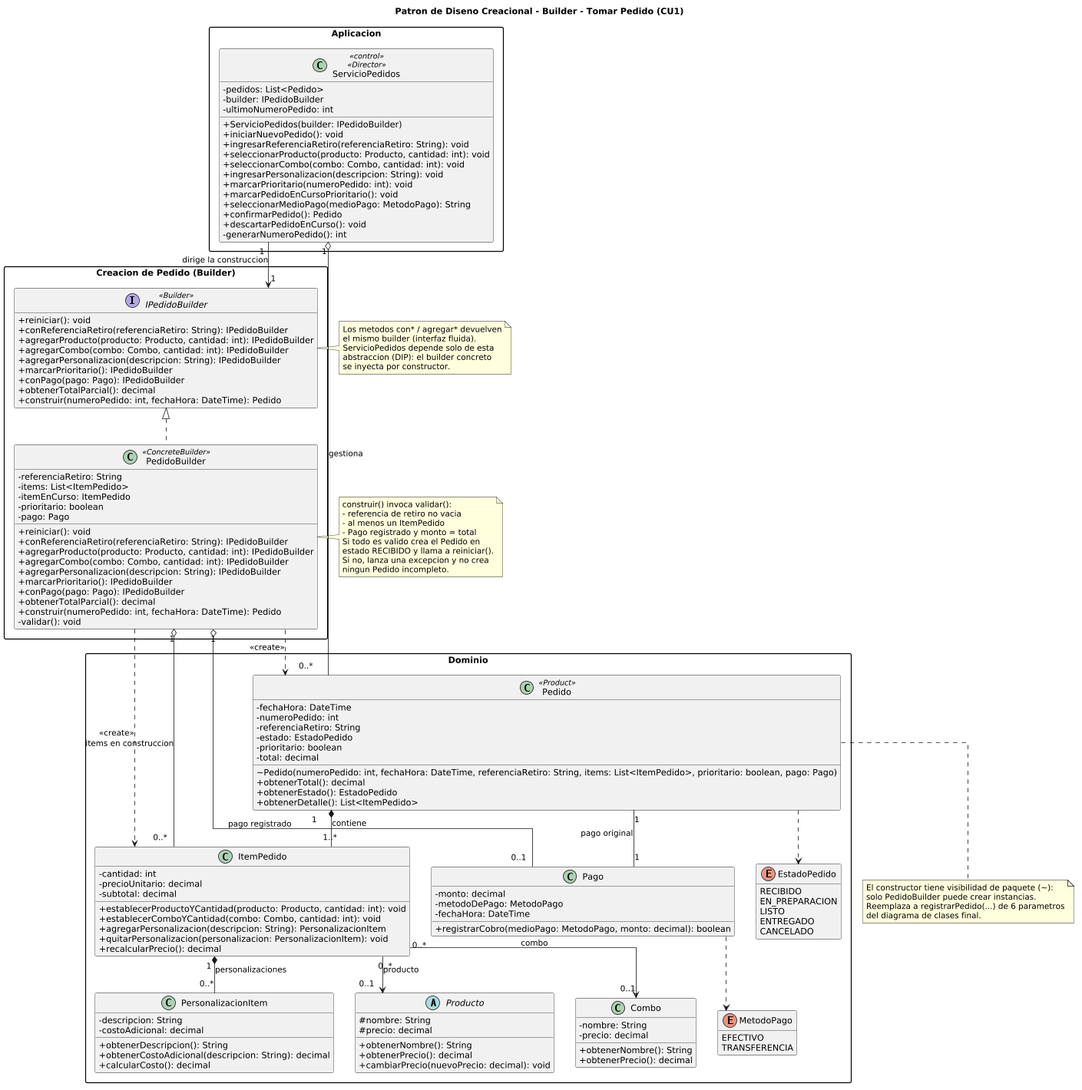
Earlier version of the PlantUML export diagramas/01-diagrama-clases/01-patron-creacional-builder.png (eloeyhe/SistemaPedidos).
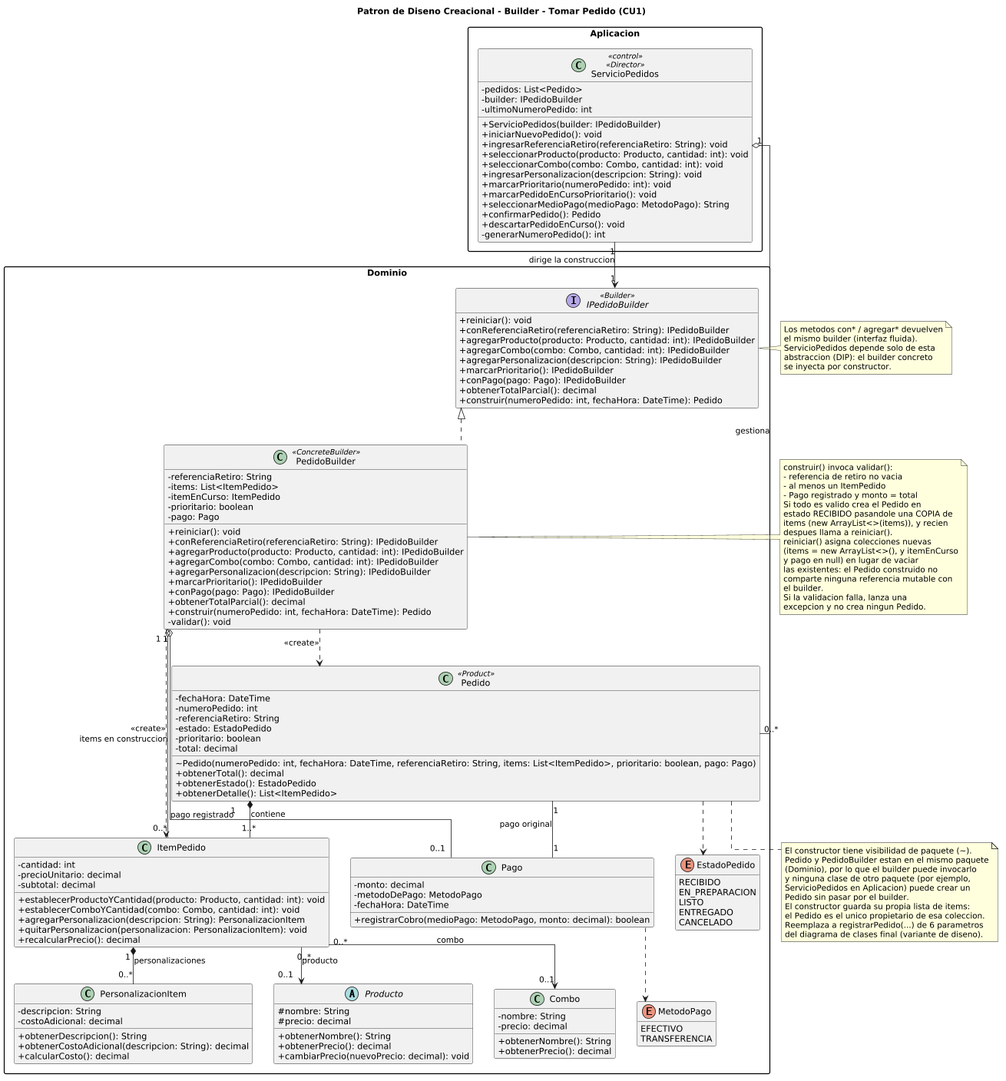
The same diagram one commit later.

Commit message:
fix: ubico PedidoBuilder en el paquete de Pedido, documento la copia de ítems y el alcance de la variante Builder (RC1, RC2, RC10)

Diff of the diagram source:
```diff
@@ -27,7 +27,7 @@
   }
 }
 
-package "Creacion de Pedido (Builder)" {
+package "Dominio" {
   interface IPedidoBuilder <<Builder>> {
     + reiniciar(): void
     + conReferenciaRetiro(referenciaRetiro: String): IPedidoBuilder
@@ -57,9 +57,7 @@
     + construir(numeroPedido: int, fechaHora: DateTime): Pedido
     - validar(): void
   }
-}
 
-package "Dominio" {
   class Pedido <<Product>> {
     - fechaHora: DateTime
     - numeroPedido: int
@@ -158,15 +156,29 @@
   - al menos un ItemPedido
   - Pago registrado y monto = total
   Si todo es valido crea el Pedido en
-  estado RECIBIDO y llama a reiniciar().
-  Si no, lanza una excepcion y no crea
-  ningun Pedido incompleto.
+  estado RECIBIDO pasandole una COPIA de
+  items (new ArrayList<>(items)), y recien
+  despues llama a reiniciar().
+  reiniciar() asigna colecciones nuevas
+  (items = new ArrayList<>(), y itemEnCurso
+  y pago en null) en lugar de vaciar
+  las existentes: el Pedido construido no
+  comparte ninguna referencia mutable con
+  el builder.
+  Si la validacion falla, lanza una
+  excepcion y no crea ningun Pedido.
 end note
 
 note bottom of Pedido
-  El constructor tiene visibilidad de paquete (~):
-  solo PedidoBuilder puede crear instancias.
+  El constructor tiene visibilidad de paquete (~).
+  Pedido y PedidoBuilder estan en el mismo paquete
+  (Dominio), por lo que el builder puede invocarlo
+  y ninguna clase de otro paquete (por ejemplo,
+  ServicioPedidos en Aplicacion) puede crear un
+  Pedido sin pasar por el builder.
+  El constructor guarda su propia lista de items:
+  el Pedido es el unico propietario de esa coleccion.
   Reemplaza a registrarPedido(...) de 6 parametros
-  del diagrama de clases final.
+  del diagrama de clases final (variante de diseno).
 end note
 @enduml
```
